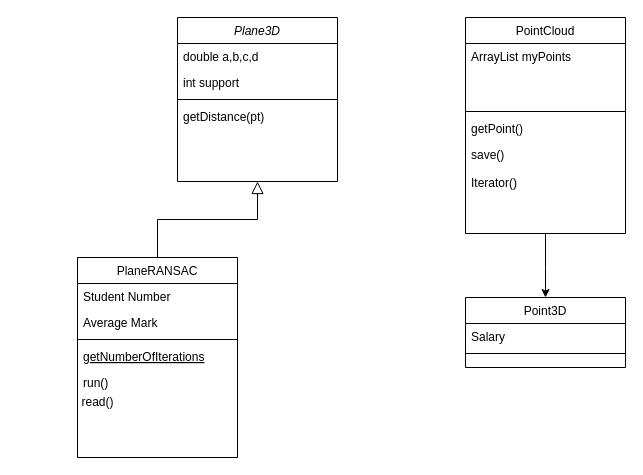
Before: Untitled Diagram.drawio in yushika-j/seg-2505, a draw.io diagram. Source tidied: cells renumbered, new cells numbered last; positions are measured from the earlier drawing's top-left corner, leaving out a move shared by most shapes. Both pictures are drawn from the tidied source at 100%, with x=0, y=0 at pixel (17, 17).
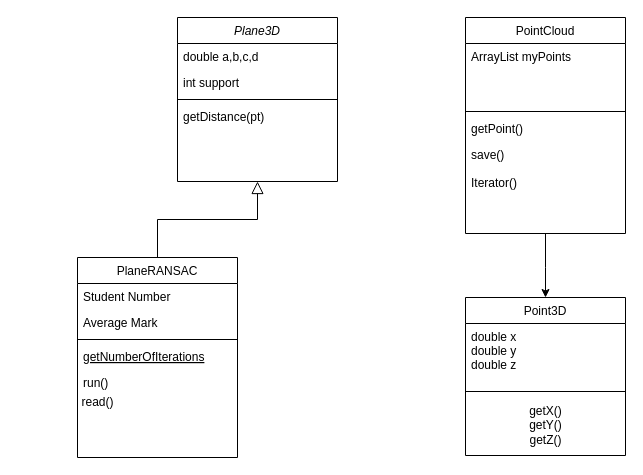
The same page after the edit.

Change to the diagram source:
```diff
@@
     <mxCell id="14" value="Point3D" style="swimlane;fontStyle=0;align=center;verticalAlign=top;horizontal=1;startSize=26;rounded=0;shadow=0;strokeWidth=1;" parent="1" vertex="1">
-      <mxGeometry x="448" y="280" width="160" height="70" as="geometry" />
+      <mxGeometry x="448" y="280" width="160" height="158" as="geometry" />
     </mxCell>
-    <mxCell id="15" value="Salary" style="text;align=left;verticalAlign=top;spacingLeft=4;spacingRight=4;overflow=hidden;" parent="14" vertex="1">
-      <mxGeometry y="26" width="160" height="26" as="geometry" />
+    <mxCell id="15" value="double x&#10;double y&#10;double z" style="text;align=left;verticalAlign=top;spacingLeft=4;spacingRight=4;overflow=hidden;" parent="14" vertex="1">
+      <mxGeometry y="26" width="160" height="64" as="geometry" />
     </mxCell>
     <mxCell id="16" style="line;html=1;strokeWidth=1;align=left;verticalAlign=middle;spacingTop=-1;spacingLeft=3;spacingRight=3;labelPosition=right;" parent="14" vertex="1">
-      <mxGeometry y="52" width="160" height="8" as="geometry" />
+      <mxGeometry y="90" width="160" height="8" as="geometry" />
     </mxCell>
+    <mxCell id="24" value="getX()&lt;br&gt;getY()&lt;br&gt;getZ()" style="text;html=1;align=center;verticalAlign=middle;strokeColor=none;fillColor=none;" parent="14" vertex="1">
+      <mxGeometry y="98" width="160" height="60" as="geometry" />
+    </mxCell>
```
